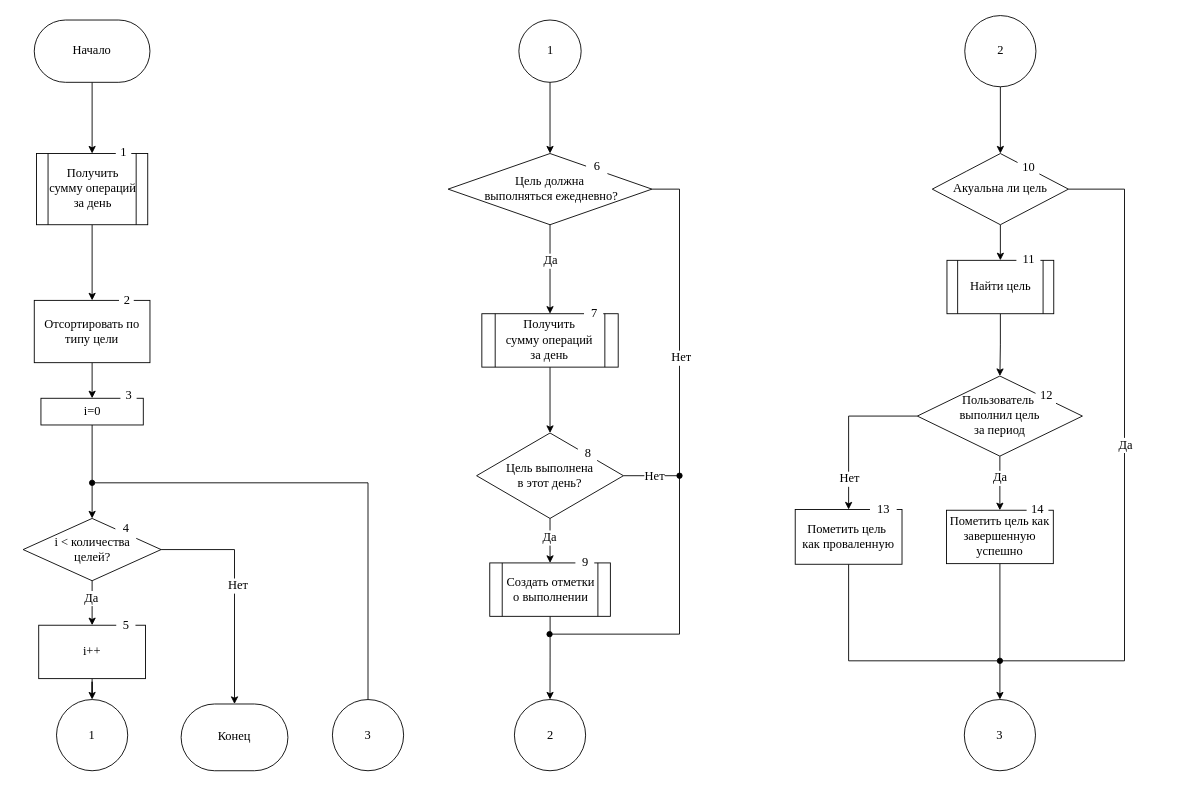
Before: Docs/Algorythm.drawio in l1mb/BetterSave, a draw.io diagram. Source tidied: cells renumbered, new cells numbered last; positions are measured from the earlier drawing's top-left corner, leaving out a move shared by most shapes. Both pictures are drawn from the tidied source at 89%, with x=0, y=0 at pixel (22, 15).
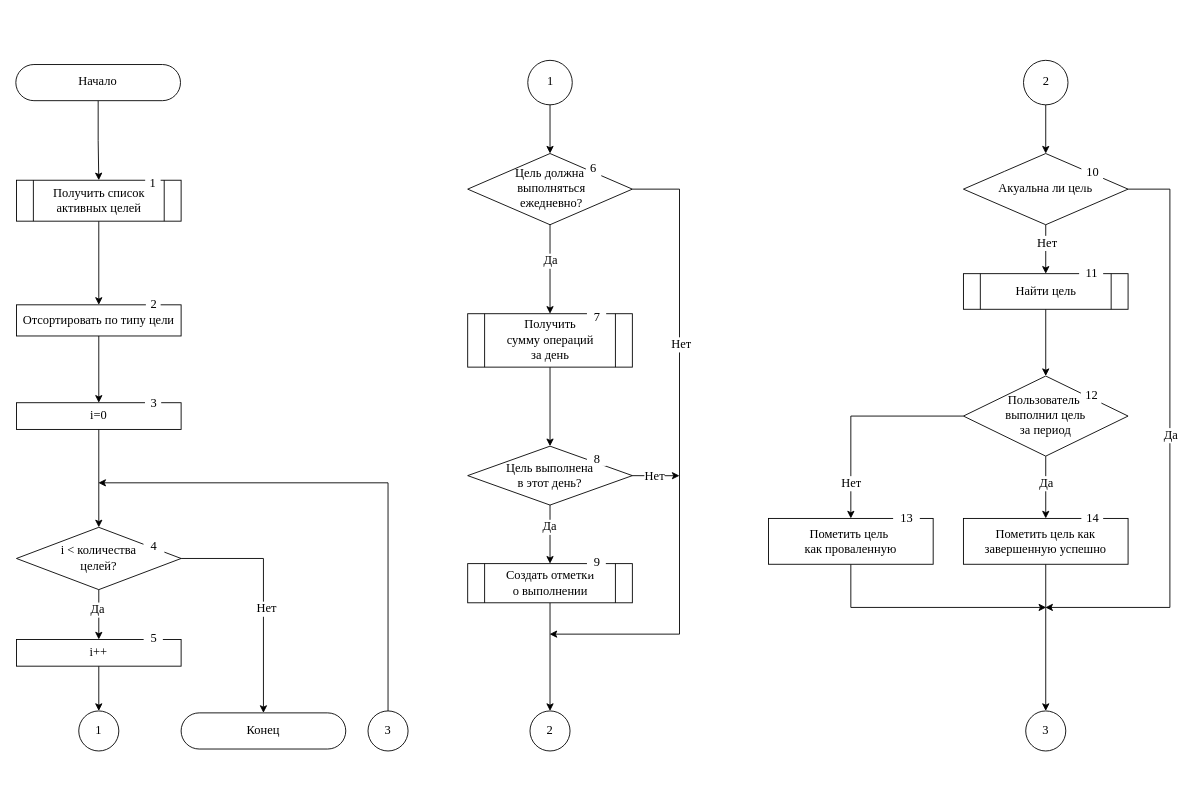
After the change.

Unchanged cells that the change refers to:
```xml
<mxCell id="11" style="edgeStyle=orthogonalEdgeStyle;rounded=0;jettySize=auto;html=1;exitX=0.5;exitY=1;exitDx=0;exitDy=0;entryX=0.5;entryY=0;entryDx=0;entryDy=0;fontFamily=Times New Roman;fontSize=14;" parent="1" edge="1" source="12" target="52">
  <mxGeometry relative="1" as="geometry" />
</mxCell>
<mxCell id="28" style="edgeStyle=orthogonalEdgeStyle;rounded=0;jettySize=auto;html=1;exitX=0;exitY=0.5;exitDx=0;exitDy=0;fontFamily=Times New Roman;fontSize=14;" parent="1" edge="1" source="30" target="34">
  <mxGeometry relative="1" as="geometry" />
</mxCell>
```

What changed in the source:
```diff
@@
     <mxCell id="3" value="Начало" style="rounded=1;whiteSpace=wrap;html=1;arcSize=50;fontFamily=Times New Roman;fontSize=14;" parent="1" vertex="1">
-      <mxGeometry x="13" y="5" width="130" height="70" as="geometry" />
+      <mxGeometry x="-7.7" y="55" width="185" height="40.6" as="geometry" />
     </mxCell>
@@
     <mxCell id="5" value="Отсортировать по типу цели" style="rounded=1;whiteSpace=wrap;html=1;arcSize=0;fontFamily=Times New Roman;fontSize=14;" parent="1" vertex="1">
-      <mxGeometry x="13" y="320" width="130" height="70" as="geometry" />
+      <mxGeometry x="-7" y="325" width="185" height="35" as="geometry" />
     </mxCell>
@@
     <mxCell id="7" value="i=0" style="whiteSpace=wrap;html=1;rounded=1;arcSize=0;fontFamily=Times New Roman;fontSize=14;" parent="1" vertex="1">
-      <mxGeometry x="20.5" y="430" width="115" height="30" as="geometry" />
+      <mxGeometry x="-7" y="435" width="185" height="30" as="geometry" />
     </mxCell>
     <mxCell id="8" value="1" style="ellipse;whiteSpace=wrap;html=1;rounded=1;arcSize=0;fontFamily=Times New Roman;fontSize=14;" parent="1" vertex="1">
-      <mxGeometry x="557.5" y="5" width="70" height="70" as="geometry" />
+      <mxGeometry x="567.5" y="50.3" width="50" height="50" as="geometry" />
     </mxCell>
-    <mxCell id="9" style="edgeStyle=orthogonalEdgeStyle;rounded=0;jettySize=auto;html=1;fontFamily=Times New Roman;fontSize=14;endArrow=none;endFill=0;exitX=1;exitY=0.5;exitDx=0;exitDy=0;" parent="1" edge="1" source="12">
+    <mxCell id="9" style="edgeStyle=orthogonalEdgeStyle;rounded=0;jettySize=auto;html=1;fontFamily=Times New Roman;fontSize=14;endArrow=classic;endFill=1;exitX=1;exitY=0.5;exitDx=0;exitDy=0;" parent="1" edge="1" source="12">
       <mxGeometry relative="1" as="geometry">
-        <mxPoint x="1098" y="725" as="targetPoint" />
+        <mxPoint x="1149" y="665" as="targetPoint" />
         <Array as="points">
-          <mxPoint x="1238" y="195" />
-          <mxPoint x="1238" y="725" />
+          <mxPoint x="1289" y="195" />
+          <mxPoint x="1289" y="665" />
         </Array>
       </mxGeometry>
     </mxCell>
@@
+    <mxCell id="70" value="&lt;font style=&quot;font-size: 14px;&quot; face=&quot;Times New Roman&quot;&gt;Нет&lt;/font&gt;" style="edgeLabel;html=1;align=center;verticalAlign=middle;" parent="11" vertex="1">
+      <mxGeometry x="-0.27" y="1" relative="1" as="geometry" />
+    </mxCell>
     <mxCell id="12" value="Акуальна ли цель" style="rhombus;whiteSpace=wrap;html=1;rounded=1;arcSize=0;fontFamily=Times New Roman;fontSize=14;" parent="1" vertex="1">
-      <mxGeometry x="1022" y="155" width="153" height="80" as="geometry" />
+      <mxGeometry x="1057" y="155" width="185" height="80" as="geometry" />
     </mxCell>
@@
-    <mxCell id="14" style="edgeStyle=orthogonalEdgeStyle;rounded=0;jettySize=auto;html=1;exitX=1;exitY=0.5;exitDx=0;exitDy=0;fontSize=14;fontFamily=Times New Roman;endArrow=oval;endFill=1;" parent="1" edge="1" source="18">
+    <mxCell id="14" style="edgeStyle=orthogonalEdgeStyle;rounded=0;jettySize=auto;html=1;exitX=1;exitY=0.5;exitDx=0;exitDy=0;fontSize=14;fontFamily=Times New Roman;endArrow=classic;endFill=1;" parent="1" edge="1" source="18">
       <mxGeometry relative="1" as="geometry">
         <mxPoint x="592" y="695" as="targetPoint" />
         <Array as="points">
           <mxPoint x="738" y="195" />
           <mxPoint x="738" y="695" />
         </Array>
       </mxGeometry>
     </mxCell>
@@
-    <mxCell id="18" value="Цель должна&lt;br style=&quot;font-size: 14px;&quot;&gt;&amp;nbsp;выполняться ежедневно?" style="rhombus;whiteSpace=wrap;html=1;rounded=0;fontFamily=Times New Roman;fontSize=14;" parent="1" vertex="1">
-      <mxGeometry x="478" y="155" width="229" height="80" as="geometry" />
+    <mxCell id="18" value="Цель должна&lt;br style=&quot;font-size: 14px;&quot;&gt;&amp;nbsp;выполняться&lt;br&gt;&amp;nbsp;ежедневно?" style="rhombus;whiteSpace=wrap;html=1;rounded=0;fontFamily=Times New Roman;fontSize=14;" parent="1" vertex="1">
+      <mxGeometry x="500" y="155" width="185" height="80" as="geometry" />
     </mxCell>
-    <mxCell id="19" style="rounded=0;jettySize=auto;html=1;endArrow=oval;endFill=1;fontSize=14;fontFamily=Times New Roman;" parent="1" edge="1" source="20">
+    <mxCell id="19" style="rounded=0;jettySize=auto;html=1;endArrow=classic;endFill=1;fontSize=14;fontFamily=Times New Roman;" parent="1" edge="1" source="20">
       <mxGeometry relative="1" as="geometry">
         <mxPoint x="738" y="517" as="targetPoint" />
       </mxGeometry>
     </mxCell>
     <mxCell id="20" value="Цель выполнена&lt;br style=&quot;font-size: 14px;&quot;&gt;в этот день?" style="rhombus;whiteSpace=wrap;html=1;rounded=0;verticalAlign=middle;fontFamily=Times New Roman;fontSize=14;" parent="1" vertex="1">
-      <mxGeometry x="510" y="469" width="165" height="96" as="geometry" />
+      <mxGeometry x="500" y="483.8" width="185" height="66.2" as="geometry" />
     </mxCell>
@@
     <mxCell id="23" value="2" style="ellipse;whiteSpace=wrap;html=1;rounded=0;fontFamily=Times New Roman;fontSize=14;" parent="1" vertex="1">
-      <mxGeometry x="552.5" y="768.5" width="80" height="80" as="geometry" />
+      <mxGeometry x="570" y="781.3" width="45" height="45" as="geometry" />
     </mxCell>
@@
     <mxCell id="25" value="2" style="ellipse;whiteSpace=wrap;html=1;fontFamily=Times New Roman;fontSize=14;" parent="1" vertex="1">
-      <mxGeometry x="1058.5" width="80" height="80" as="geometry" />
+      <mxGeometry x="1124.5" y="50.3" width="50" height="50" as="geometry" />
     </mxCell>
@@
     <mxCell id="29" value="Нет" style="edgeLabel;html=1;align=center;verticalAlign=middle;fontFamily=Times New Roman;fontSize=14;" parent="28" vertex="1">
       <mxGeometry x="0.04" y="1" relative="1" as="geometry">
-        <mxPoint x="-1" y="53" as="offset" />
+        <mxPoint x="-1" y="74" as="offset" />
       </mxGeometry>
     </mxCell>
     <mxCell id="30" value="Пользователь&amp;nbsp;&lt;br style=&quot;font-size: 14px;&quot;&gt;выполнил цель &lt;br style=&quot;font-size: 14px;&quot;&gt;за период" style="rhombus;whiteSpace=wrap;html=1;rounded=0;fontFamily=Times New Roman;fontSize=14;" parent="1" vertex="1">
-      <mxGeometry x="1005.2" y="405" width="185.5" height="90" as="geometry" />
+      <mxGeometry x="1057" y="405" width="185" height="90" as="geometry" />
     </mxCell>
@@
     <mxCell id="32" value="Пометить цель как завершенную успешно" style="whiteSpace=wrap;html=1;rounded=0;fontFamily=Times New Roman;fontSize=14;" parent="1" vertex="1">
-      <mxGeometry x="1038" y="555.8" width="120" height="60" as="geometry" />
+      <mxGeometry x="1057" y="565" width="185" height="51.5" as="geometry" />
     </mxCell>
-    <mxCell id="33" style="edgeStyle=orthogonalEdgeStyle;rounded=0;jettySize=auto;html=1;exitX=0.5;exitY=1;exitDx=0;exitDy=0;endArrow=oval;endFill=1;fontFamily=Times New Roman;fontSize=14;" parent="1" edge="1" source="34">
+    <mxCell id="33" style="edgeStyle=orthogonalEdgeStyle;rounded=0;jettySize=auto;html=1;exitX=0.5;exitY=1;exitDx=0;exitDy=0;endArrow=classic;endFill=1;fontFamily=Times New Roman;fontSize=14;" parent="1" edge="1" source="34">
       <mxGeometry relative="1" as="geometry">
-        <mxPoint x="1098" y="725" as="targetPoint" />
+        <mxPoint x="1150" y="665" as="targetPoint" />
         <Array as="points">
-          <mxPoint x="928" y="725" />
+          <mxPoint x="930" y="665" />
+          <mxPoint x="1150" y="665" />
         </Array>
       </mxGeometry>
     </mxCell>
     <mxCell id="34" value="Пометить цель&amp;nbsp;&lt;br style=&quot;font-size: 14px;&quot;&gt;как проваленную" style="whiteSpace=wrap;html=1;rounded=0;fontFamily=Times New Roman;fontSize=14;" parent="1" vertex="1">
-      <mxGeometry x="868" y="555" width="120" height="61.5" as="geometry" />
+      <mxGeometry x="838" y="565" width="185" height="51.5" as="geometry" />
     </mxCell>
@@
     <mxCell id="36" value="Получить сумму&amp;nbsp;операций&lt;br style=&quot;border-color: var(--border-color); font-size: 14px;&quot;&gt;&lt;span style=&quot;font-size: 14px;&quot;&gt;за день&lt;/span&gt;" style="shape=process;whiteSpace=wrap;html=1;backgroundOutline=1;fontSize=14;fontFamily=Times New Roman;" parent="1" vertex="1">
-      <mxGeometry x="515.9" y="335" width="153.2" height="60" as="geometry" />
+      <mxGeometry x="500" y="335" width="185" height="60" as="geometry" />
     </mxCell>
@@
-    <mxCell id="38" value="Получить сумму&amp;nbsp;операций&lt;br style=&quot;border-color: var(--border-color); font-size: 14px;&quot;&gt;&lt;span style=&quot;font-size: 14px;&quot;&gt;за день&lt;/span&gt;" style="shape=process;whiteSpace=wrap;html=1;backgroundOutline=1;fontSize=14;fontFamily=Times New Roman;" parent="1" vertex="1">
-      <mxGeometry x="15.5" y="155" width="125" height="80" as="geometry" />
+    <mxCell id="38" value="Получить список активных целей" style="shape=process;whiteSpace=wrap;html=1;backgroundOutline=1;fontSize=14;fontFamily=Times New Roman;" parent="1" vertex="1">
+      <mxGeometry x="-7" y="185" width="185" height="46" as="geometry" />
     </mxCell>
@@
     <mxCell id="40" value="Создать отметки&lt;br style=&quot;border-color: var(--border-color); font-size: 14px;&quot;&gt;&lt;span style=&quot;font-size: 14px;&quot;&gt;о выполнении&lt;/span&gt;" style="shape=process;whiteSpace=wrap;html=1;backgroundOutline=1;fontSize=14;fontFamily=Times New Roman;" parent="1" vertex="1">
-      <mxGeometry x="524.8" y="615" width="135.5" height="60" as="geometry" />
+      <mxGeometry x="500" y="615.8" width="185" height="44" as="geometry" />
     </mxCell>
@@
-    <mxCell id="44" style="edgeStyle=orthogonalEdgeStyle;rounded=0;jettySize=auto;html=1;entryX=0.5;entryY=0;entryDx=0;entryDy=0;fontSize=14;fontFamily=Times New Roman;" parent="1" edge="1" source="46" target="50">
+    <mxCell id="44" style="edgeStyle=orthogonalEdgeStyle;rounded=0;jettySize=auto;html=1;entryX=0.5;entryY=0;entryDx=0;entryDy=0;fontSize=14;fontFamily=Times New Roman;exitX=1;exitY=0.5;exitDx=0;exitDy=0;" parent="1" edge="1" source="46" target="50">
       <mxGeometry relative="1" as="geometry" />
     </mxCell>
     <mxCell id="45" value="Нет" style="edgeLabel;html=1;align=center;verticalAlign=middle;fontSize=14;fontFamily=Times New Roman;" parent="44" vertex="1">
-      <mxGeometry x="-0.04" y="3" relative="1" as="geometry" />
+      <mxGeometry x="-0.04" y="3" relative="1" as="geometry">
+        <mxPoint y="21" as="offset" />
+      </mxGeometry>
     </mxCell>
     <mxCell id="46" value="i &amp;lt; количества &lt;br style=&quot;font-size: 14px;&quot;&gt;целей?" style="rhombus;whiteSpace=wrap;html=1;fontSize=14;fontFamily=Times New Roman;" parent="1" vertex="1">
-      <mxGeometry x="0.5" y="565" width="155" height="70" as="geometry" />
+      <mxGeometry x="-7" y="575" width="185" height="70" as="geometry" />
     </mxCell>
     <mxCell id="47" value="3" style="ellipse;whiteSpace=wrap;html=1;fontSize=14;fontFamily=Times New Roman;" parent="1" vertex="1">
-      <mxGeometry x="1058" y="768.5" width="80" height="80" as="geometry" />
+      <mxGeometry x="1127" y="781.3" width="45" height="45" as="geometry" />
     </mxCell>
-    <mxCell id="48" style="edgeStyle=orthogonalEdgeStyle;rounded=0;jettySize=auto;html=1;exitX=0.5;exitY=0;exitDx=0;exitDy=0;fontSize=14;fontFamily=Times New Roman;endArrow=oval;endFill=1;" parent="1" edge="1" source="49">
+    <mxCell id="48" style="edgeStyle=orthogonalEdgeStyle;rounded=0;jettySize=auto;html=1;exitX=0.5;exitY=0;exitDx=0;exitDy=0;fontSize=14;fontFamily=Times New Roman;endArrow=classic;endFill=1;strokeColor=default;" parent="1" edge="1" source="49">
       <mxGeometry relative="1" as="geometry">
-        <mxPoint x="78" y="525" as="targetPoint" />
+        <mxPoint x="85" y="525" as="targetPoint" />
         <Array as="points">
           <mxPoint x="388" y="525" />
           <mxPoint x="78" y="525" />
         </Array>
       </mxGeometry>
     </mxCell>
     <mxCell id="49" value="3" style="ellipse;whiteSpace=wrap;html=1;fontSize=14;fontFamily=Times New Roman;" parent="1" vertex="1">
-      <mxGeometry x="348" y="768.5" width="80" height="80" as="geometry" />
+      <mxGeometry x="388" y="781.3" width="45" height="45" as="geometry" />
     </mxCell>
     <mxCell id="50" value="Конец" style="rounded=1;whiteSpace=wrap;html=1;arcSize=50;fontSize=14;fontFamily=Times New Roman;" parent="1" vertex="1">
-      <mxGeometry x="178" y="773.5" width="120" height="75" as="geometry" />
+      <mxGeometry x="178" y="783.5" width="185" height="40.6" as="geometry" />
     </mxCell>
@@
     <mxCell id="52" value="Найти цель" style="shape=process;whiteSpace=wrap;html=1;backgroundOutline=1;fontFamily=Times New Roman;fontSize=14;" parent="1" vertex="1">
-      <mxGeometry x="1038.5" y="275" width="120" height="60" as="geometry" />
+      <mxGeometry x="1057" y="290" width="185" height="40" as="geometry" />
     </mxCell>
@@
     <mxCell id="54" value="i++" style="rounded=0;whiteSpace=wrap;html=1;fontFamily=Times New Roman;fontSize=14;" parent="1" vertex="1">
-      <mxGeometry x="18" y="685" width="120" height="60" as="geometry" />
+      <mxGeometry x="-7" y="701" width="185" height="30" as="geometry" />
     </mxCell>
     <mxCell id="55" value="1" style="ellipse;whiteSpace=wrap;html=1;rounded=0;fontFamily=Times New Roman;fontSize=14;" parent="1" vertex="1">
-      <mxGeometry x="38" y="768.5" width="80" height="80" as="geometry" />
+      <mxGeometry x="63" y="781.3" width="45" height="45" as="geometry" />
     </mxCell>
     <mxCell id="56" value="1" style="text;html=1;align=center;verticalAlign=middle;fillColor=default;rotation=0;imageWidth=14;imageHeight=14;arcSize=5;absoluteArcSize=0;imageAspect=0;fontSize=14;fontFamily=Times New Roman;" parent="1" vertex="1">
-      <mxGeometry x="104.6" y="140" width="17.4" height="27" as="geometry" />
+      <mxGeometry x="137.6" y="175" width="17.4" height="27" as="geometry" />
     </mxCell>
     <mxCell id="57" value="2" style="text;html=1;align=center;verticalAlign=middle;fillColor=default;rotation=0;imageWidth=14;imageHeight=14;arcSize=5;absoluteArcSize=0;imageAspect=0;fontSize=14;fontFamily=Times New Roman;" parent="1" vertex="1">
-      <mxGeometry x="108.2" y="311" width="16.6" height="20" as="geometry" />
+      <mxGeometry x="138.4" y="315" width="16.6" height="20" as="geometry" />
     </mxCell>
     <mxCell id="58" value="3" style="text;html=1;align=center;verticalAlign=middle;fillColor=default;rotation=0;imageWidth=14;imageHeight=14;arcSize=5;absoluteArcSize=0;imageAspect=0;fontSize=14;fontFamily=Times New Roman;" parent="1" vertex="1">
-      <mxGeometry x="109.8" y="412" width="18.2" height="30" as="geometry" />
+      <mxGeometry x="137.4" y="421" width="18.2" height="30" as="geometry" />
     </mxCell>
     <mxCell id="59" value="4" style="text;html=1;align=center;verticalAlign=middle;fillColor=default;rotation=0;imageWidth=14;imageHeight=14;arcSize=5;absoluteArcSize=0;imageAspect=0;fontSize=14;fontFamily=Times New Roman;direction=south;" parent="1" vertex="1">
-      <mxGeometry x="104.1" y="564.8" width="23.5" height="24.2" as="geometry" />
+      <mxGeometry x="135.7" y="585" width="23.5" height="24.2" as="geometry" />
     </mxCell>
     <mxCell id="60" value="5" style="text;html=1;align=center;verticalAlign=middle;fillColor=default;rotation=0;imageWidth=14;imageHeight=14;arcSize=5;absoluteArcSize=0;imageAspect=0;fontSize=14;fontFamily=Times New Roman;direction=south;" parent="1" vertex="1">
-      <mxGeometry x="105.1" y="671" width="21.6" height="30" as="geometry" />
+      <mxGeometry x="135.9" y="685" width="21.6" height="30" as="geometry" />
     </mxCell>
     <mxCell id="61" value="6" style="text;html=1;align=center;verticalAlign=middle;fillColor=default;rotation=0;imageWidth=14;imageHeight=14;arcSize=5;absoluteArcSize=0;imageAspect=0;fontSize=14;fontFamily=Times New Roman;" parent="1" vertex="1">
-      <mxGeometry x="633" y="155" width="24" height="29" as="geometry" />
+      <mxGeometry x="632.8" y="158" width="17.3" height="28" as="geometry" />
     </mxCell>
     <mxCell id="62" value="7" style="text;html=1;align=center;verticalAlign=middle;fillColor=default;rotation=0;imageWidth=14;imageHeight=14;arcSize=5;absoluteArcSize=0;imageAspect=0;fontSize=14;fontFamily=Times New Roman;" parent="1" vertex="1">
-      <mxGeometry x="630.7" y="320" width="21.6" height="30" as="geometry" />
+      <mxGeometry x="634" y="325" width="21.6" height="30" as="geometry" />
     </mxCell>
     <mxCell id="63" value="8" style="text;html=1;align=center;verticalAlign=middle;fillColor=default;rotation=0;imageWidth=14;imageHeight=14;arcSize=5;absoluteArcSize=0;imageAspect=0;fontSize=14;fontFamily=Times New Roman;" parent="1" vertex="1">
-      <mxGeometry x="623.8" y="480" width="21.6" height="25" as="geometry" />
+      <mxGeometry x="634" y="491" width="21.6" height="15" as="geometry" />
     </mxCell>
     <mxCell id="64" value="9" style="text;html=1;align=center;verticalAlign=middle;fillColor=default;rotation=0;imageWidth=14;imageHeight=14;arcSize=5;absoluteArcSize=0;imageAspect=0;fontSize=14;fontFamily=Times New Roman;" parent="1" vertex="1">
-      <mxGeometry x="621" y="602" width="21.2" height="25" as="geometry" />
+      <mxGeometry x="634" y="602.5" width="21.2" height="25" as="geometry" />
     </mxCell>
     <mxCell id="65" value="10" style="text;html=1;align=center;verticalAlign=middle;fillColor=default;rotation=0;imageWidth=14;imageHeight=14;arcSize=5;absoluteArcSize=0;imageAspect=0;fontSize=14;fontFamily=Times New Roman;" parent="1" vertex="1">
-      <mxGeometry x="1117.8" y="155" width="24.5" height="31" as="geometry" />
+      <mxGeometry x="1189.5" y="161" width="24.5" height="31" as="geometry" />
     </mxCell>
     <mxCell id="66" value="11" style="text;html=1;align=center;verticalAlign=middle;fillColor=default;rotation=0;imageWidth=14;imageHeight=14;arcSize=5;absoluteArcSize=0;imageAspect=0;fontSize=14;fontFamily=Times New Roman;" parent="1" vertex="1">
-      <mxGeometry x="1116.5" y="260" width="27" height="30" as="geometry" />
+      <mxGeometry x="1187" y="275" width="27" height="30" as="geometry" />
     </mxCell>
     <mxCell id="67" value="12" style="text;html=1;align=center;verticalAlign=middle;fillColor=default;rotation=0;imageWidth=14;imageHeight=14;arcSize=5;absoluteArcSize=0;imageAspect=0;fontSize=14;fontFamily=Times New Roman;" parent="1" vertex="1">
-      <mxGeometry x="1138" y="410.5" width="23" height="33" as="geometry" />
+      <mxGeometry x="1189" y="410.5" width="23" height="33" as="geometry" />
     </mxCell>
     <mxCell id="68" value="13" style="text;html=1;align=center;verticalAlign=middle;fillColor=default;rotation=0;imageWidth=14;imageHeight=14;arcSize=5;absoluteArcSize=0;imageAspect=0;fontSize=14;fontFamily=Times New Roman;" parent="1" vertex="1">
-      <mxGeometry x="952" y="550" width="30" height="10" as="geometry" />
+      <mxGeometry x="978" y="560" width="30" height="10" as="geometry" />
     </mxCell>
     <mxCell id="69" value="14" style="text;html=1;align=center;verticalAlign=middle;fillColor=default;rotation=0;imageWidth=14;imageHeight=14;arcSize=5;absoluteArcSize=0;imageAspect=0;fontSize=14;fontFamily=Times New Roman;" parent="1" vertex="1">
-      <mxGeometry x="1128" y="544.8" width="24.5" height="20" as="geometry" />
+      <mxGeometry x="1189.5" y="555" width="24.5" height="20" as="geometry" />
     </mxCell>
```
